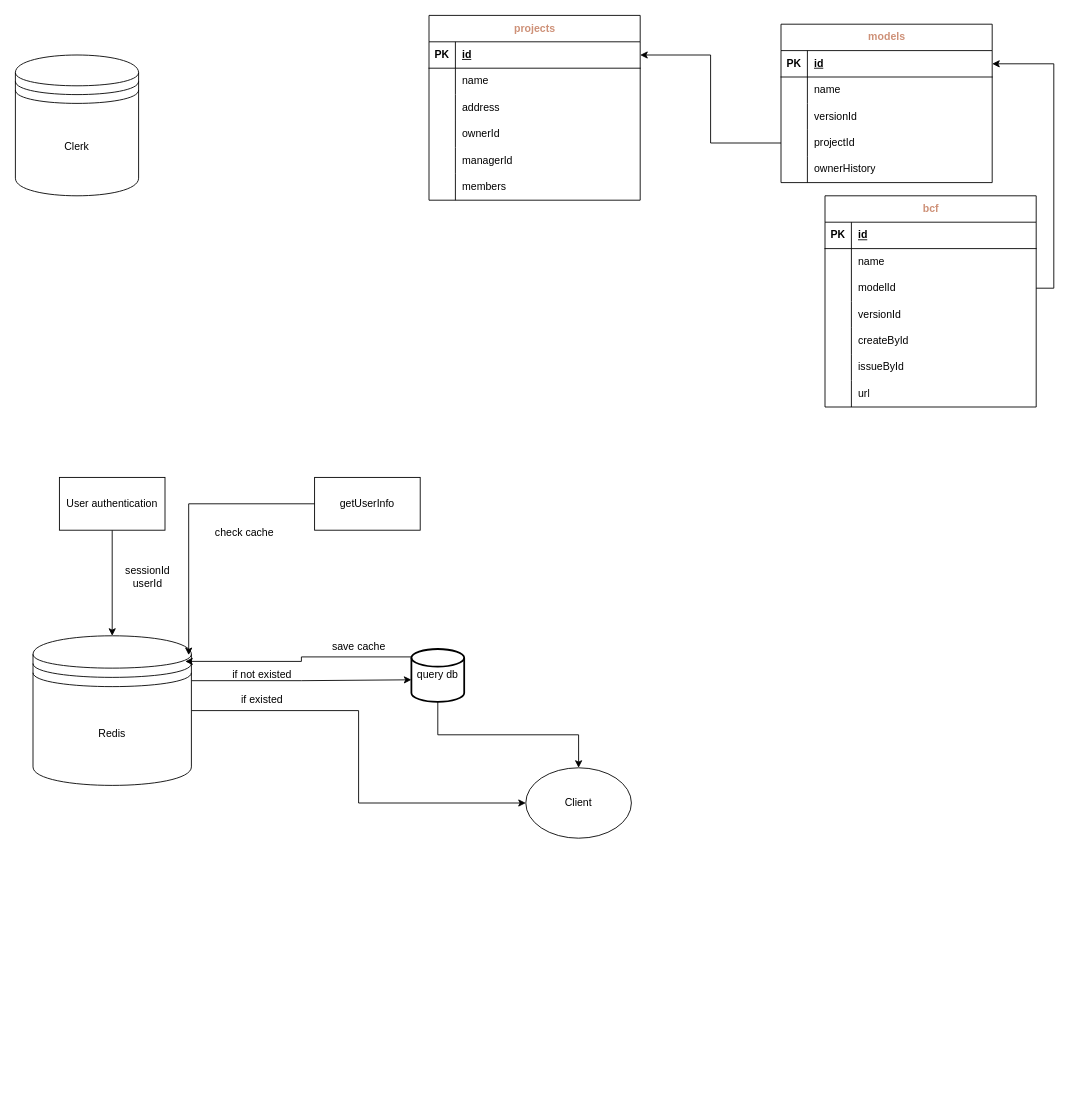
The draw.io diagram server-tiles/db.drawio in RyugaRyuzaki/BIM-CDE, before the edit. Source tidied: cells renumbered, new cells numbered last; positions are measured from the earlier drawing's top-left corner, leaving out a move shared by most shapes. Both pictures are drawn from the tidied source at 88%, with x=0, y=0 at pixel (15, 15).
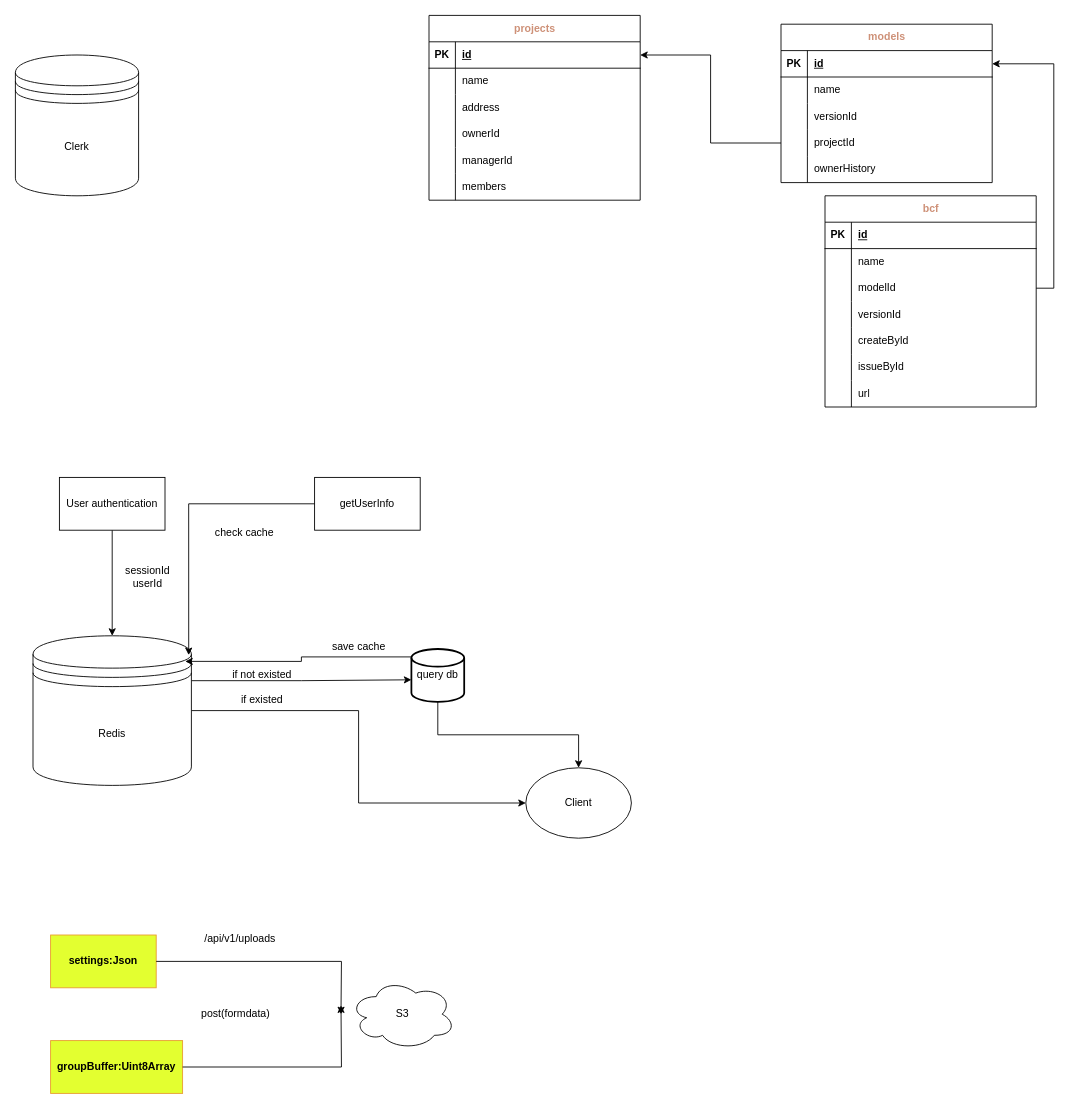
Above is the later version.

What changed in the source:
```diff
@@
+    <mxCell id="78" value="&lt;b&gt;settings:Json&lt;/b&gt;" style="rounded=0;whiteSpace=wrap;html=1;align=center;strokeColor=#e89c30;fillColor=#E3FF30;" parent="1" vertex="1">
+      <mxGeometry x="40" y="1045" width="120" height="60" as="geometry" />
+    </mxCell>
+    <mxCell id="79" value="&lt;b&gt;groupBuffer:Uint8Array&lt;/b&gt;" style="rounded=0;whiteSpace=wrap;html=1;align=center;strokeColor=#e89c30;fillColor=#E3FF30;" parent="1" vertex="1">
+      <mxGeometry x="40" y="1165" width="150" height="60" as="geometry" />
+    </mxCell>
+    <mxCell id="80" value="S3" style="ellipse;shape=cloud;whiteSpace=wrap;html=1;" parent="1" vertex="1">
+      <mxGeometry x="380" y="1095" width="120" height="80" as="geometry" />
+    </mxCell>
+    <mxCell id="81" style="edgeStyle=orthogonalEdgeStyle;rounded=0;jettySize=auto;html=1;exitX=1;exitY=0.5;exitDx=0;exitDy=0;" parent="1" edge="1" source="78">
+      <mxGeometry relative="1" as="geometry">
+        <mxPoint x="370" y="1135" as="targetPoint" />
+      </mxGeometry>
+    </mxCell>
+    <mxCell id="82" style="edgeStyle=orthogonalEdgeStyle;rounded=0;jettySize=auto;html=1;exitX=1;exitY=0.5;exitDx=0;exitDy=0;" parent="1" edge="1" source="79">
+      <mxGeometry relative="1" as="geometry">
+        <mxPoint x="370" y="1125" as="targetPoint" />
+      </mxGeometry>
+    </mxCell>
+    <mxCell id="83" value="/api/v1/uploads" style="text;html=1;align=center;verticalAlign=middle;strokeColor=none;fillColor=none;" parent="1" vertex="1">
+      <mxGeometry x="205" y="1035" width="100" height="30" as="geometry" />
+    </mxCell>
+    <mxCell id="84" value="post(formdata)" style="text;html=1;align=center;verticalAlign=middle;strokeColor=none;fillColor=none;" parent="1" vertex="1">
+      <mxGeometry x="200" y="1120" width="100" height="30" as="geometry" />
+    </mxCell>
```
